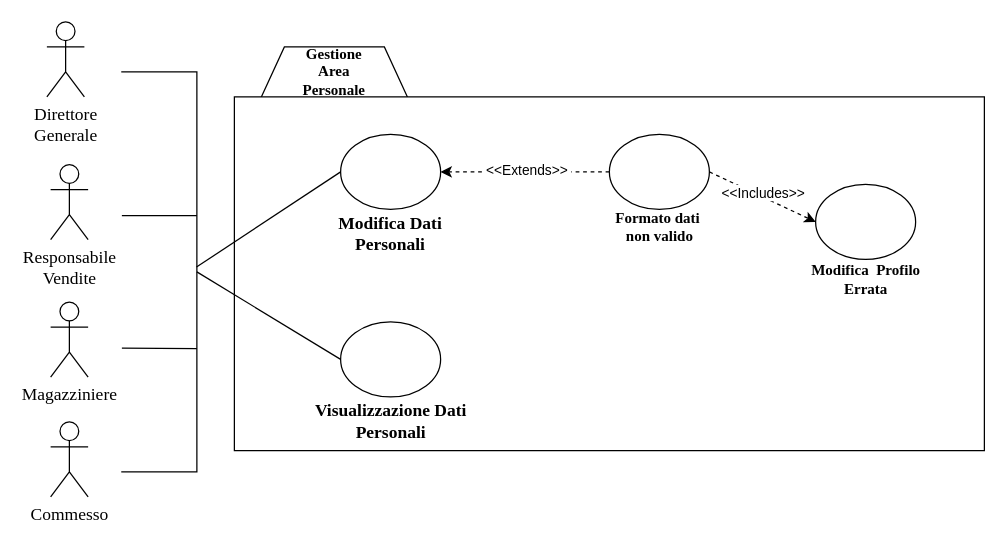
Before: Bozze/Diagrammi Casi D'Uso/GestioneAreaPersonaleALPHA.drawio in Carmineh/IT-Manager, a draw.io diagram. Source tidied: cells renumbered, new cells numbered last; positions are measured from the earlier drawing's top-left corner, leaving out a move shared by most shapes. Both pictures are drawn from the tidied source at 125%, with x=0, y=0 at pixel (-41, 21).
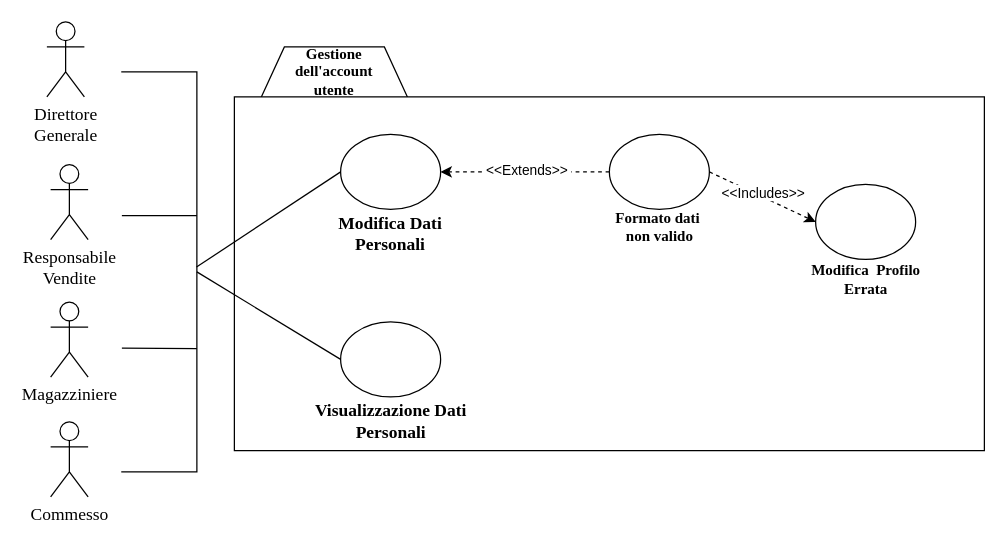
After the change.

Change to the diagram source:
```diff
@@
-    <mxCell id="15" value="&lt;div align=&quot;center&quot;&gt;&lt;font face=&quot;Times New Roman&quot;&gt;&lt;b&gt;Gestione&lt;/b&gt;&lt;/font&gt;&lt;/div&gt;&lt;div align=&quot;center&quot;&gt;&lt;font face=&quot;Times New Roman&quot;&gt;&lt;b&gt;Area Personale&lt;/b&gt;&lt;/font&gt;&lt;/div&gt;" style="text;html=1;strokeColor=none;fillColor=none;align=center;verticalAlign=middle;whiteSpace=wrap;rounded=0;" parent="1" vertex="1">
+    <mxCell id="15" value="&lt;div align=&quot;center&quot;&gt;&lt;font face=&quot;Times New Roman&quot;&gt;&lt;b&gt;Gestione&lt;/b&gt;&lt;/font&gt;&lt;/div&gt;&lt;div align=&quot;center&quot;&gt;&lt;font face=&quot;Times New Roman&quot;&gt;&lt;b&gt;dell'account&lt;/b&gt;&lt;/font&gt;&lt;/div&gt;&lt;div align=&quot;center&quot;&gt;&lt;font face=&quot;Times New Roman&quot;&gt;&lt;b&gt;utente&lt;/b&gt;&lt;/font&gt;&lt;/div&gt;" style="text;html=1;strokeColor=none;fillColor=none;align=center;verticalAlign=middle;whiteSpace=wrap;rounded=0;" parent="1" vertex="1">
       <mxGeometry x="280" y="30" width="40" height="20" as="geometry" />
     </mxCell>
```
